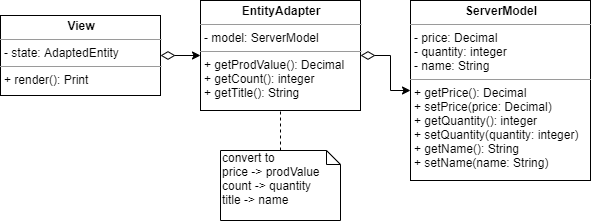
Before: story/images/story-008/pmp_vs_adapter.png, a diagram exported from draw.io (thesoncriel/todays-tip). Source tidied: cells renumbered, new cells last; positions are measured from the earlier drawing's top-left corner, leaving out a move shared by most shapes. Source of this version:
```xml
<mxGraphModel>
  <root>
    <mxCell id="0" />
    <mxCell id="1" parent="0" />
    <mxCell id="2" style="edgeStyle=orthogonalEdgeStyle;rounded=0;jettySize=auto;html=1;entryX=0;entryY=0.5;entryDx=0;entryDy=0;startArrow=diamondThin;startFill=0;startSize=12;" parent="1" edge="1" source="3" target="5">
      <mxGeometry relative="1" as="geometry" />
    </mxCell>
    <mxCell id="3" value="&lt;p style=&quot;margin: 0px ; margin-top: 4px ; text-align: center&quot;&gt;&lt;b&gt;View&lt;/b&gt;&lt;/p&gt;&lt;hr size=&quot;1&quot;&gt;&lt;p style=&quot;margin: 0px ; margin-left: 4px&quot;&gt;- state: AdaptedEntity&lt;/p&gt;&lt;hr size=&quot;1&quot;&gt;&lt;p style=&quot;margin: 0px ; margin-left: 4px&quot;&gt;+ render(): Print&lt;/p&gt;" style="verticalAlign=top;align=left;overflow=fill;fontSize=12;fontFamily=Helvetica;html=1;" parent="1" vertex="1">
      <mxGeometry y="15" width="160" height="80" as="geometry" />
    </mxCell>
    <mxCell id="4" style="edgeStyle=orthogonalEdgeStyle;rounded=0;jettySize=auto;html=1;startArrow=diamondThin;startFill=0;startSize=12;" parent="1" edge="1" source="5" target="6">
      <mxGeometry relative="1" as="geometry" />
    </mxCell>
    <mxCell id="5" value="&lt;p style=&quot;margin: 0px ; margin-top: 4px ; text-align: center&quot;&gt;&lt;b&gt;EntityAdapter&lt;/b&gt;&lt;/p&gt;&lt;hr size=&quot;1&quot;&gt;&lt;p style=&quot;margin: 0px ; margin-left: 4px&quot;&gt;- model: ServerModel&lt;/p&gt;&lt;hr size=&quot;1&quot;&gt;&lt;p style=&quot;margin: 0px ; margin-left: 4px&quot;&gt;+ getProdValue(): Decimal&lt;/p&gt;&lt;p style=&quot;margin: 0px ; margin-left: 4px&quot;&gt;+ getCount(): integer&lt;/p&gt;&lt;p style=&quot;margin: 0px ; margin-left: 4px&quot;&gt;+ getTitle(): String&lt;/p&gt;" style="verticalAlign=top;align=left;overflow=fill;fontSize=12;fontFamily=Helvetica;html=1;" parent="1" vertex="1">
      <mxGeometry x="200" width="160" height="110" as="geometry" />
    </mxCell>
    <mxCell id="6" value="&lt;p style=&quot;margin: 0px ; margin-top: 4px ; text-align: center&quot;&gt;&lt;b&gt;ServerModel&lt;/b&gt;&lt;/p&gt;&lt;hr size=&quot;1&quot;&gt;&lt;p style=&quot;margin: 0px ; margin-left: 4px&quot;&gt;- price: Decimal&lt;/p&gt;&lt;p style=&quot;margin: 0px ; margin-left: 4px&quot;&gt;- quantity: integer&lt;/p&gt;&lt;p style=&quot;margin: 0px ; margin-left: 4px&quot;&gt;- name: String&lt;/p&gt;&lt;hr size=&quot;1&quot;&gt;&lt;p style=&quot;margin: 0px ; margin-left: 4px&quot;&gt;+ getPrice(): Decimal&lt;/p&gt;&lt;p style=&quot;margin: 0px ; margin-left: 4px&quot;&gt;+ setPrice(price: Decimal)&lt;/p&gt;&lt;p style=&quot;margin: 0px ; margin-left: 4px&quot;&gt;+ getQuantity(): integer&lt;/p&gt;&lt;p style=&quot;margin: 0px ; margin-left: 4px&quot;&gt;+ setQuantity(quantity: integer)&lt;/p&gt;&lt;p style=&quot;margin: 0px ; margin-left: 4px&quot;&gt;+ getName(): String&lt;/p&gt;&lt;p style=&quot;margin: 0px ; margin-left: 4px&quot;&gt;+ setName(name: String)&lt;/p&gt;" style="verticalAlign=top;align=left;overflow=fill;fontSize=12;fontFamily=Helvetica;html=1;" parent="1" vertex="1">
      <mxGeometry x="410" width="180" height="180" as="geometry" />
    </mxCell>
    <mxCell id="7" style="edgeStyle=orthogonalEdgeStyle;rounded=0;jettySize=auto;html=1;entryX=0.5;entryY=1;entryDx=0;entryDy=0;startArrow=none;startFill=0;startSize=12;endArrow=none;endFill=0;dashed=1;" parent="1" edge="1" source="8" target="5">
      <mxGeometry relative="1" as="geometry" />
    </mxCell>
    <mxCell id="8" value="convert to&lt;br&gt;price -&amp;gt; prodValue&lt;br&gt;count -&amp;gt; quantity&lt;br&gt;title -&amp;gt; name" style="shape=note;whiteSpace=wrap;html=1;size=14;verticalAlign=top;align=left;spacingTop=-6;" parent="1" vertex="1">
      <mxGeometry x="220" y="150" width="120" height="70" as="geometry" />
    </mxCell>
  </root>
</mxGraphModel>
```
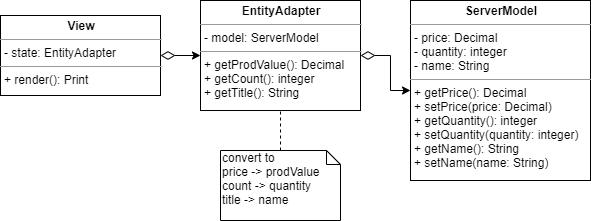
Above is the later version.

Commit message:
docs: 오늘의 팁 - 퇴고

The edit, as a diff of the source:
```diff
@@ -5,7 +5,7 @@
     <mxCell id="2" style="edgeStyle=orthogonalEdgeStyle;rounded=0;jettySize=auto;html=1;entryX=0;entryY=0.5;entryDx=0;entryDy=0;startArrow=diamondThin;startFill=0;startSize=12;" parent="1" edge="1" source="3" target="5">
       <mxGeometry relative="1" as="geometry" />
     </mxCell>
-    <mxCell id="3" value="&lt;p style=&quot;margin: 0px ; margin-top: 4px ; text-align: center&quot;&gt;&lt;b&gt;View&lt;/b&gt;&lt;/p&gt;&lt;hr size=&quot;1&quot;&gt;&lt;p style=&quot;margin: 0px ; margin-left: 4px&quot;&gt;- state: AdaptedEntity&lt;/p&gt;&lt;hr size=&quot;1&quot;&gt;&lt;p style=&quot;margin: 0px ; margin-left: 4px&quot;&gt;+ render(): Print&lt;/p&gt;" style="verticalAlign=top;align=left;overflow=fill;fontSize=12;fontFamily=Helvetica;html=1;" parent="1" vertex="1">
+    <mxCell id="3" value="&lt;p style=&quot;margin: 0px ; margin-top: 4px ; text-align: center&quot;&gt;&lt;b&gt;View&lt;/b&gt;&lt;/p&gt;&lt;hr size=&quot;1&quot;&gt;&lt;p style=&quot;margin: 0px ; margin-left: 4px&quot;&gt;- state: EntityAdapter&lt;/p&gt;&lt;hr size=&quot;1&quot;&gt;&lt;p style=&quot;margin: 0px ; margin-left: 4px&quot;&gt;+ render(): Print&lt;/p&gt;" style="verticalAlign=top;align=left;overflow=fill;fontSize=12;fontFamily=Helvetica;html=1;" parent="1" vertex="1">
       <mxGeometry y="15" width="160" height="80" as="geometry" />
     </mxCell>
     <mxCell id="4" style="edgeStyle=orthogonalEdgeStyle;rounded=0;jettySize=auto;html=1;startArrow=diamondThin;startFill=0;startSize=12;" parent="1" edge="1" source="5" target="6">
```
